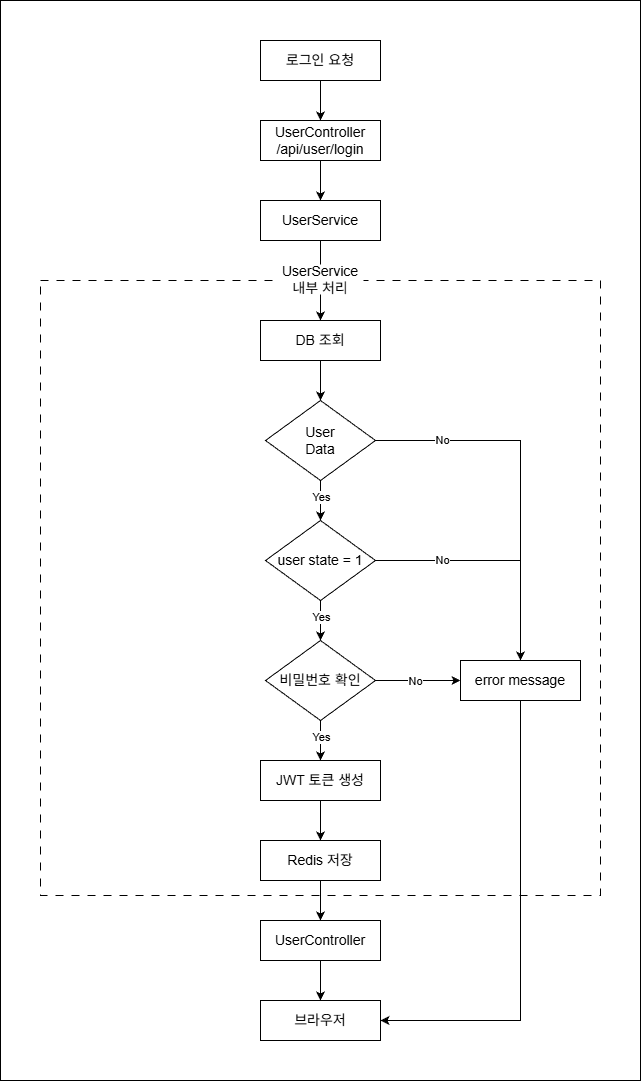
hanu1229/bloodmate keeps this draw.io diagram as docs/images/bloodmate_login_flow_chart.png. Above is the earlier version. Source tidied: cells renumbered, new cells last; positions are measured from the earlier drawing's top-left corner, leaving out a move shared by most shapes. The source it was exported from:
```xml
<mxGraphModel>
  <root>
    <mxCell id="0" />
    <mxCell id="1" parent="0" />
    <mxCell id="2" style="edgeStyle=orthogonalEdgeStyle;rounded=0;jettySize=auto;html=1;" parent="1" edge="1" source="3" target="13">
      <mxGeometry relative="1" as="geometry" />
    </mxCell>
    <mxCell id="3" style="rounded=0;whiteSpace=wrap;html=1;perimeterSpacing=1;fillColor=none;dashed=1;dashPattern=8 8;" parent="1" vertex="1">
      <mxGeometry x="40" y="280" width="560" height="615" as="geometry" />
    </mxCell>
    <mxCell id="4" value="&lt;font style=&quot;font-size: 14px;&quot;&gt;로그인 요청&lt;/font&gt;" style="rounded=0;whiteSpace=wrap;html=1;" parent="1" vertex="1">
      <mxGeometry x="260" y="40" width="120" height="40" as="geometry" />
    </mxCell>
    <mxCell id="5" value="&lt;div&gt;&lt;font style=&quot;font-size: 14px;&quot;&gt;UserController&lt;/font&gt;&lt;/div&gt;&lt;font style=&quot;font-size: 14px;&quot;&gt;/api/user/login&lt;/font&gt;" style="rounded=0;whiteSpace=wrap;html=1;" parent="1" vertex="1">
      <mxGeometry x="260" y="120" width="120" height="40" as="geometry" />
    </mxCell>
    <mxCell id="6" value="&lt;font style=&quot;font-size: 14px;&quot;&gt;UserService&lt;/font&gt;" style="rounded=0;whiteSpace=wrap;html=1;" parent="1" vertex="1">
      <mxGeometry x="260" y="200" width="120" height="40" as="geometry" />
    </mxCell>
    <mxCell id="7" value="&lt;span style=&quot;font-size: 14px;&quot;&gt;DB 조회&lt;/span&gt;" style="rounded=0;whiteSpace=wrap;html=1;" parent="1" vertex="1">
      <mxGeometry x="260" y="320" width="120" height="40" as="geometry" />
    </mxCell>
    <mxCell id="8" style="endArrow=classic;html=1;rounded=0;exitX=0.5;exitY=1;exitDx=0;exitDy=0;entryX=0.5;entryY=0;entryDx=0;entryDy=0;" parent="1" edge="1" source="4" target="5">
      <mxGeometry relative="1" as="geometry" />
    </mxCell>
    <mxCell id="9" style="edgeStyle=orthogonalEdgeStyle;rounded=0;jettySize=auto;html=1;" parent="1" edge="1" source="10" target="13">
      <mxGeometry relative="1" as="geometry" />
    </mxCell>
    <mxCell id="10" value="&lt;span style=&quot;font-size: 14px;&quot;&gt;Redis 저장&lt;/span&gt;" style="rounded=0;whiteSpace=wrap;html=1;" parent="1" vertex="1">
      <mxGeometry x="260" y="840" width="120" height="40" as="geometry" />
    </mxCell>
    <mxCell id="11" style="edgeStyle=orthogonalEdgeStyle;rounded=0;jettySize=auto;html=1;" parent="1" edge="1" source="13" target="14">
      <mxGeometry relative="1" as="geometry" />
    </mxCell>
    <mxCell id="12" style="edgeStyle=orthogonalEdgeStyle;rounded=0;jettySize=auto;html=1;" parent="1" edge="1" source="13" target="14">
      <mxGeometry relative="1" as="geometry" />
    </mxCell>
    <mxCell id="13" value="&lt;span style=&quot;font-size: 14px;&quot;&gt;UserController&lt;/span&gt;" style="rounded=0;whiteSpace=wrap;html=1;" parent="1" vertex="1">
      <mxGeometry x="260" y="920" width="120" height="40" as="geometry" />
    </mxCell>
    <mxCell id="14" value="&lt;span style=&quot;font-size: 14px;&quot;&gt;브라우저&lt;/span&gt;" style="rounded=0;whiteSpace=wrap;html=1;" parent="1" vertex="1">
      <mxGeometry x="260" y="1000" width="120" height="40" as="geometry" />
    </mxCell>
    <mxCell id="15" style="endArrow=classic;html=1;rounded=0;exitX=0.5;exitY=1;exitDx=0;exitDy=0;entryX=0.5;entryY=0;entryDx=0;entryDy=0;" parent="1" edge="1" source="5" target="6">
      <mxGeometry relative="1" as="geometry" />
    </mxCell>
    <mxCell id="16" value="&lt;span style=&quot;font-size: 14px;&quot;&gt;error message&lt;/span&gt;" style="whiteSpace=wrap;html=1;" parent="1" vertex="1">
      <mxGeometry x="460" y="660" width="120" height="40" as="geometry" />
    </mxCell>
    <mxCell id="17" style="endArrow=classic;html=1;rounded=0;exitX=0.5;exitY=1;exitDx=0;exitDy=0;entryX=1;entryY=0.5;entryDx=0;entryDy=0;" parent="1" edge="1" source="16" target="14">
      <mxGeometry relative="1" as="geometry">
        <Array as="points">
          <mxPoint x="520" y="1020" />
        </Array>
      </mxGeometry>
    </mxCell>
    <mxCell id="18" value="&lt;font style=&quot;font-size: 14px;&quot;&gt;User&lt;/font&gt;&lt;div&gt;&lt;font style=&quot;font-size: 14px;&quot;&gt;Data&lt;/font&gt;&lt;/div&gt;" style="rhombus;whiteSpace=wrap;html=1;" parent="1" vertex="1">
      <mxGeometry x="265" y="400" width="110" height="80" as="geometry" />
    </mxCell>
    <mxCell id="19" style="endArrow=classic;html=1;rounded=0;exitX=0.5;exitY=1;exitDx=0;exitDy=0;" parent="1" edge="1" source="7" target="18">
      <mxGeometry relative="1" as="geometry" />
    </mxCell>
    <mxCell id="20" style="endArrow=classic;html=1;rounded=0;exitX=0.5;exitY=1;exitDx=0;exitDy=0;" parent="1" edge="1" source="18">
      <mxGeometry relative="1" as="geometry">
        <mxPoint x="320" y="480" as="targetPoint" />
      </mxGeometry>
    </mxCell>
    <mxCell id="21" value="&lt;span style=&quot;font-size: 14px;&quot;&gt;user state = 1&lt;/span&gt;" style="rhombus;whiteSpace=wrap;html=1;" parent="1" vertex="1">
      <mxGeometry x="265" y="520" width="110" height="80" as="geometry" />
    </mxCell>
    <mxCell id="22" style="endArrow=none;html=1;rounded=0;exitX=1;exitY=0.5;exitDx=0;exitDy=0;" parent="1" edge="1" source="21">
      <mxGeometry relative="1" as="geometry">
        <mxPoint x="520" y="560" as="targetPoint" />
      </mxGeometry>
    </mxCell>
    <mxCell id="23" style="endArrow=classic;html=1;rounded=0;entryX=0.5;entryY=0;entryDx=0;entryDy=0;" parent="1" edge="1" target="21">
      <mxGeometry relative="1" as="geometry">
        <mxPoint x="320" y="480" as="sourcePoint" />
      </mxGeometry>
    </mxCell>
    <mxCell id="24" value="Yes" style="edgeLabel;html=1;align=center;verticalAlign=middle;" parent="23" vertex="1">
      <mxGeometry relative="1" as="geometry">
        <mxPoint y="-4" as="offset" />
      </mxGeometry>
    </mxCell>
    <mxCell id="25" value="No" style="edgeLabel;html=1;align=center;verticalAlign=middle;" parent="1" vertex="1">
      <mxGeometry x="440" y="560" as="geometry">
        <mxPoint x="1" y="-1" as="offset" />
      </mxGeometry>
    </mxCell>
    <mxCell id="26" style="endArrow=classic;html=1;rounded=0;exitX=1;exitY=0.5;exitDx=0;exitDy=0;entryX=0.5;entryY=0;entryDx=0;entryDy=0;" parent="1" edge="1" source="18" target="16">
      <mxGeometry relative="1" as="geometry">
        <Array as="points">
          <mxPoint x="520" y="440" />
        </Array>
      </mxGeometry>
    </mxCell>
    <mxCell id="27" value="No" style="edgeLabel;html=1;align=center;verticalAlign=middle;" parent="26" vertex="1">
      <mxGeometry relative="1" as="geometry">
        <mxPoint x="-79" y="-38" as="offset" />
      </mxGeometry>
    </mxCell>
    <mxCell id="28" value="&lt;span style=&quot;font-size: 14px;&quot;&gt;비밀번호 확인&lt;/span&gt;" style="rhombus;whiteSpace=wrap;html=1;" parent="1" vertex="1">
      <mxGeometry x="265" y="640" width="110" height="80" as="geometry" />
    </mxCell>
    <mxCell id="29" style="endArrow=classic;html=1;rounded=0;exitX=0.5;exitY=1;exitDx=0;exitDy=0;" parent="1" edge="1" source="21" target="28">
      <mxGeometry relative="1" as="geometry" />
    </mxCell>
    <mxCell id="30" value="Yes" style="edgeLabel;html=1;align=center;verticalAlign=middle;" parent="29" vertex="1">
      <mxGeometry relative="1" as="geometry">
        <mxPoint y="-4" as="offset" />
      </mxGeometry>
    </mxCell>
    <mxCell id="31" style="endArrow=classic;html=1;rounded=0;exitX=0.5;exitY=1;exitDx=0;exitDy=0;entryX=0.5;entryY=0;entryDx=0;entryDy=0;" parent="1" edge="1" source="28" target="35">
      <mxGeometry relative="1" as="geometry" />
    </mxCell>
    <mxCell id="32" value="Yes" style="edgeLabel;html=1;align=center;verticalAlign=middle;" parent="31" vertex="1">
      <mxGeometry relative="1" as="geometry">
        <mxPoint y="-4" as="offset" />
      </mxGeometry>
    </mxCell>
    <mxCell id="33" style="endArrow=classic;html=1;rounded=0;exitX=1;exitY=0.5;exitDx=0;exitDy=0;entryX=0;entryY=0.5;entryDx=0;entryDy=0;" parent="1" edge="1" source="28" target="16">
      <mxGeometry relative="1" as="geometry" />
    </mxCell>
    <mxCell id="34" value="No" style="edgeLabel;html=1;align=center;verticalAlign=middle;" parent="33" vertex="1">
      <mxGeometry relative="1" as="geometry">
        <mxPoint x="-3" as="offset" />
      </mxGeometry>
    </mxCell>
    <mxCell id="35" value="&lt;span style=&quot;font-size: 14px;&quot;&gt;JWT 토큰 생성&lt;/span&gt;" style="rounded=0;whiteSpace=wrap;html=1;" parent="1" vertex="1">
      <mxGeometry x="260" y="760" width="120" height="40" as="geometry" />
    </mxCell>
    <mxCell id="36" style="endArrow=classic;html=1;rounded=0;exitX=0.5;exitY=1;exitDx=0;exitDy=0;entryX=0.5;entryY=0;entryDx=0;entryDy=0;" parent="1" edge="1" source="35" target="10">
      <mxGeometry relative="1" as="geometry" />
    </mxCell>
    <mxCell id="37" style="endArrow=classic;html=1;rounded=0;exitX=0.5;exitY=1;exitDx=0;exitDy=0;" parent="1" edge="1" source="6" target="7">
      <mxGeometry relative="1" as="geometry" />
    </mxCell>
    <mxCell id="38" value="&lt;font style=&quot;font-size: 14px;&quot;&gt;UserService&lt;br&gt;내부 처리&lt;/font&gt;" style="text;html=1;whiteSpace=wrap;strokeColor=none;fillColor=default;align=center;verticalAlign=middle;rounded=0;" parent="1" vertex="1">
      <mxGeometry x="277" y="264" width="86" height="30" as="geometry" />
    </mxCell>
    <mxCell id="39" style="rounded=0;whiteSpace=wrap;html=1;fillColor=none;" parent="1" vertex="1">
      <mxGeometry width="640" height="1080" as="geometry" />
    </mxCell>
  </root>
</mxGraphModel>
```
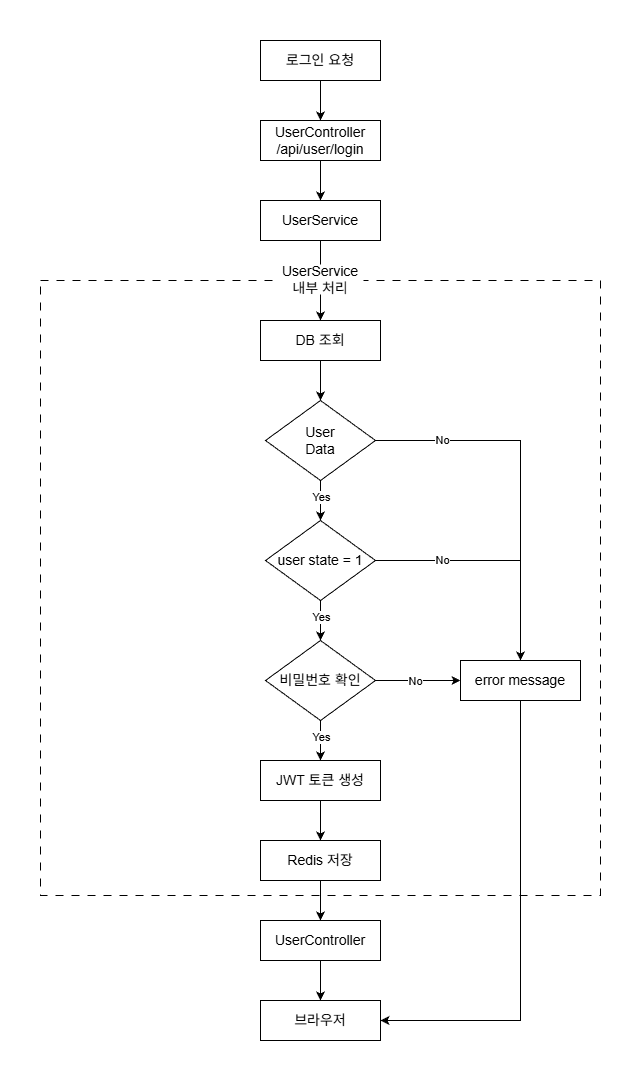
After the change.

Commit message:
2025-11-20 [스프링 관련 작성] 1. README.md에 사용할 이미지 추가

[리액트 관련 작성]

Change to the diagram source:
```diff
@@ -139,7 +139,7 @@
     <mxCell id="38" value="&lt;font style=&quot;font-size: 14px;&quot;&gt;UserService&lt;br&gt;내부 처리&lt;/font&gt;" style="text;html=1;whiteSpace=wrap;strokeColor=none;fillColor=default;align=center;verticalAlign=middle;rounded=0;" parent="1" vertex="1">
       <mxGeometry x="277" y="264" width="86" height="30" as="geometry" />
     </mxCell>
-    <mxCell id="39" style="rounded=0;whiteSpace=wrap;html=1;fillColor=none;" parent="1" vertex="1">
+    <mxCell id="39" style="rounded=0;whiteSpace=wrap;html=1;fillColor=none;opacity=0;" parent="1" vertex="1">
       <mxGeometry width="640" height="1080" as="geometry" />
     </mxCell>
   </root>
```
